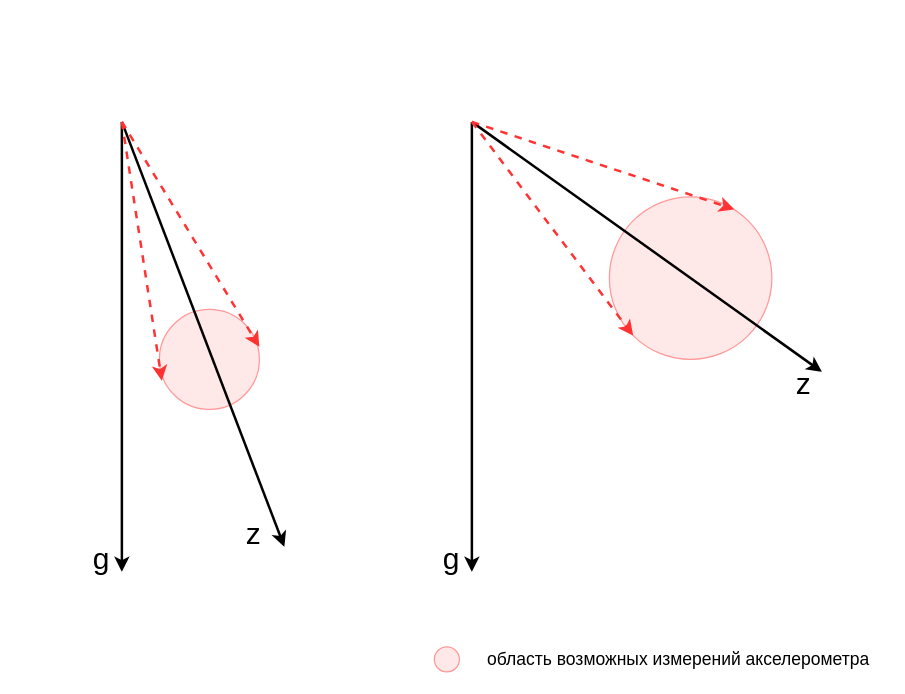
Before: Untitled Diagram.drawio in DaryaMalafeeva/mems-errors, a draw.io diagram. Source tidied: cells renumbered, new cells numbered last; positions are measured from the earlier drawing's top-left corner, leaving out a move shared by most shapes. Both pictures are drawn from the tidied source at 125%, with x=0, y=0 at pixel (71, 121).
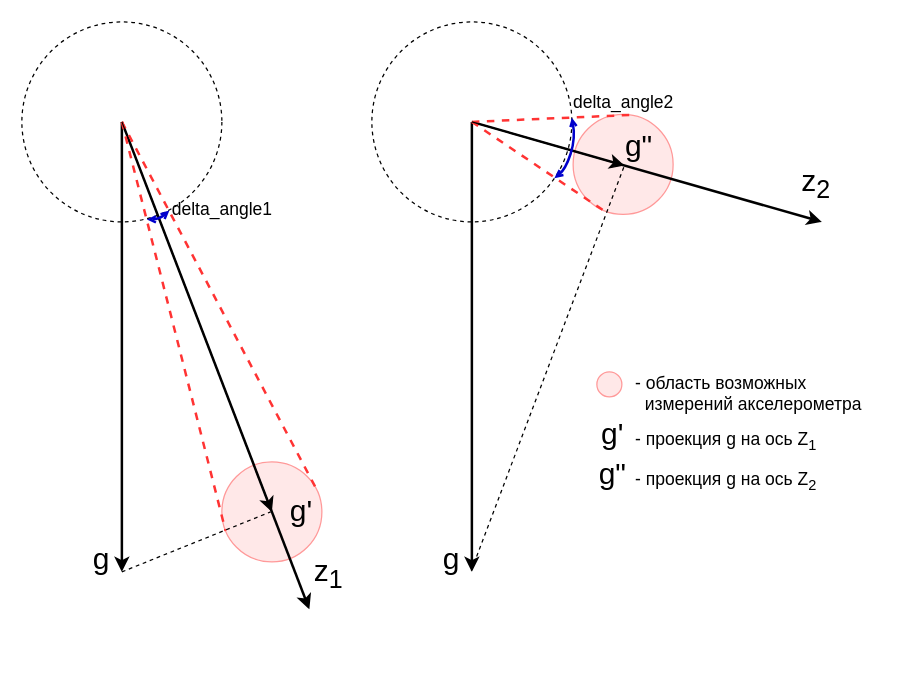
The same page after the edit.

Commit message:
Освежили и поправили файл диаграммы, поясняющий изменение величины ошибки при изменении угла

The change refers to these unchanged cells:
```xml
<mxCell id="14" value="&lt;font style=&quot;font-size: 24px&quot;&gt;&amp;nbsp;g&lt;/font&gt;" style="text;html=1;align=center;verticalAlign=middle;points=[];" parent="1" vertex="1">
  <mxGeometry x="280" y="340" width="40" height="20" as="geometry" />
</mxCell>
```

Change to the diagram source:
```diff
@@
+    <mxCell id="18" style="ellipse;whiteSpace=wrap;html=1;fillColor=none;dashed=1;" parent="1" vertex="1">
+      <mxGeometry x="240" y="-80" width="160" height="160" as="geometry" />
+    </mxCell>
+    <mxCell id="19" style="ellipse;whiteSpace=wrap;html=1;fillColor=none;dashed=1;" parent="1" vertex="1">
+      <mxGeometry x="-40" y="-80" width="160" height="160" as="geometry" />
+    </mxCell>
+    <mxCell id="20" style="ellipse;whiteSpace=wrap;html=1;fillColor=#FFE8E8;strokeColor=#FF9999;" parent="1" vertex="1">
+      <mxGeometry x="401" y="-6" width="80" height="80" as="geometry" />
+    </mxCell>
     <mxCell id="2" style="ellipse;whiteSpace=wrap;html=1;fillColor=#FFE8E8;strokeColor=#FF9999;" parent="1" vertex="1">
-      <mxGeometry x="70" y="150" width="80" height="80" as="geometry" />
+      <mxGeometry x="120" y="272" width="80" height="80" as="geometry" />
     </mxCell>
@@
     <mxCell id="4" style="endArrow=classic;html=1;strokeWidth=2;" parent="1" edge="1">
       <mxGeometry relative="1" as="geometry">
         <mxPoint x="40" as="sourcePoint" />
-        <mxPoint x="170" y="340" as="targetPoint" />
+        <mxPoint x="190" y="390" as="targetPoint" />
       </mxGeometry>
     </mxCell>
-    <mxCell id="5" style="endArrow=classic;html=1;strokeWidth=2;dashed=1;strokeColor=#FF3333;" parent="1" edge="1">
+    <mxCell id="5" style="endArrow=none;html=1;strokeWidth=2;dashed=1;strokeColor=#FF3333;entryX=0.95;entryY=0.28;entryDx=0;entryDy=0;entryPerimeter=0;endFill=0;" parent="1" edge="1" target="2">
       <mxGeometry relative="1" as="geometry">
         <mxPoint x="40" as="sourcePoint" />
-        <mxPoint x="150" y="180" as="targetPoint" />
       </mxGeometry>
     </mxCell>
-    <mxCell id="6" style="endArrow=classic;html=1;strokeWidth=2;dashed=1;strokeColor=#FF3333;entryX=0.025;entryY=0.713;entryDx=0;entryDy=0;entryPerimeter=0;" parent="1" edge="1" target="2">
+    <mxCell id="6" style="endArrow=none;html=1;strokeWidth=2;dashed=1;strokeColor=#FF3333;entryX=0.037;entryY=0.69;entryDx=0;entryDy=0;entryPerimeter=0;endFill=0;" parent="1" edge="1" target="2">
       <mxGeometry relative="1" as="geometry">
         <mxPoint x="40" as="sourcePoint" />
       </mxGeometry>
     </mxCell>
@@
-    <mxCell id="8" value="&lt;font style=&quot;font-size: 24px&quot;&gt;z&lt;/font&gt;" style="text;html=1;align=center;verticalAlign=middle;" parent="1" vertex="1">
-      <mxGeometry x="130" y="320" width="30" height="20" as="geometry" />
+    <mxCell id="8" value="&lt;font style=&quot;font-size: 24px&quot;&gt;z&lt;sub&gt;1&lt;/sub&gt;&lt;/font&gt;" style="text;html=1;align=center;verticalAlign=middle;" parent="1" vertex="1">
+      <mxGeometry x="185" y="347" width="40" height="30" as="geometry" />
     </mxCell>
-    <mxCell id="9" style="ellipse;whiteSpace=wrap;html=1;fillColor=#FFE8E8;strokeColor=#FF9999;" parent="1" vertex="1">
-      <mxGeometry x="430" y="60" width="130" height="130" as="geometry" />
-    </mxCell>
@@
     <mxCell id="11" style="endArrow=classic;html=1;strokeWidth=2;" parent="1" edge="1">
       <mxGeometry relative="1" as="geometry">
         <mxPoint x="320" as="sourcePoint" />
-        <mxPoint x="600" y="200" as="targetPoint" />
+        <mxPoint x="600" y="80" as="targetPoint" />
       </mxGeometry>
     </mxCell>
-    <mxCell id="12" style="endArrow=classic;html=1;strokeWidth=2;dashed=1;strokeColor=#FF3333;entryX=0;entryY=1;entryDx=0;entryDy=0;" parent="1" edge="1" target="9">
+    <mxCell id="12" style="endArrow=none;html=1;strokeWidth=2;dashed=1;strokeColor=#FF3333;endFill=0;entryX=0.331;entryY=0.979;entryDx=0;entryDy=0;entryPerimeter=0;" parent="1" edge="1" target="20">
       <mxGeometry relative="1" as="geometry">
         <mxPoint x="320" as="sourcePoint" />
       </mxGeometry>
     </mxCell>
-    <mxCell id="13" style="endArrow=classic;html=1;strokeWidth=2;dashed=1;strokeColor=#FF3333;" parent="1" edge="1">
+    <mxCell id="13" style="endArrow=none;html=1;strokeWidth=2;dashed=1;strokeColor=#FF3333;endFill=0;entryX=0.574;entryY=0.006;entryDx=0;entryDy=0;entryPerimeter=0;" parent="1" edge="1" target="20">
       <mxGeometry relative="1" as="geometry">
         <mxPoint x="320" as="sourcePoint" />
-        <mxPoint x="530" y="70" as="targetPoint" />
       </mxGeometry>
     </mxCell>
@@
-    <mxCell id="15" value="&lt;font style=&quot;font-size: 24px&quot;&gt;z&lt;/font&gt;" style="text;html=1;align=center;verticalAlign=middle;" parent="1" vertex="1">
-      <mxGeometry x="570" y="200" width="30" height="20" as="geometry" />
+    <mxCell id="15" value="&lt;font style=&quot;font-size: 24px&quot;&gt;z&lt;sub&gt;2&lt;/sub&gt;&lt;/font&gt;" style="text;html=1;align=center;verticalAlign=middle;" parent="1" vertex="1">
+      <mxGeometry x="575" y="35" width="40" height="30" as="geometry" />
     </mxCell>
-    <mxCell id="16" value="&lt;font style=&quot;font-size: 14px&quot;&gt;область возможных измерений акселерометра&lt;/font&gt;" style="text;html=1;align=center;verticalAlign=middle;" parent="1" vertex="1">
-      <mxGeometry x="320" y="420" width="330" height="20" as="geometry" />
+    <mxCell id="16" value="&lt;div align=&quot;left&quot;&gt;&lt;font style=&quot;font-size: 14px&quot;&gt;- область возможных &lt;br&gt;&lt;/font&gt;&lt;/div&gt;&lt;div align=&quot;left&quot;&gt;&lt;font style=&quot;font-size: 14px&quot;&gt;&amp;nbsp; измерений акселерометра&lt;/font&gt;&lt;/div&gt;" style="text;html=1;align=left;verticalAlign=middle;" parent="1" vertex="1">
+      <mxGeometry x="449" y="197" width="200" height="40" as="geometry" />
     </mxCell>
     <mxCell id="17" style="ellipse;whiteSpace=wrap;html=1;fillColor=#FFE8E8;strokeColor=#FF9999;" parent="1" vertex="1">
-      <mxGeometry x="290" y="420" width="20" height="20" as="geometry" />
+      <mxGeometry x="420" y="200" width="20" height="20" as="geometry" />
     </mxCell>
+    <mxCell id="21" style="endArrow=none;dashed=1;html=1;" parent="1" edge="1">
+      <mxGeometry relative="1" as="geometry">
+        <mxPoint x="40" y="360" as="sourcePoint" />
+        <mxPoint x="159" y="312" as="targetPoint" />
+      </mxGeometry>
+    </mxCell>
+    <mxCell id="22" style="endArrow=none;dashed=1;html=1;exitX=0.989;exitY=0.95;exitDx=0;exitDy=0;exitPerimeter=0;" parent="1" edge="1" source="14">
+      <mxGeometry relative="1" as="geometry">
+        <mxPoint x="442" y="35" as="targetPoint" />
+      </mxGeometry>
+    </mxCell>
+    <mxCell id="23" style="endArrow=classic;html=1;jumpSize=8;endSize=9;" parent="1" edge="1">
+      <mxGeometry relative="1" as="geometry">
+        <mxPoint x="40" as="sourcePoint" />
+        <mxPoint x="160" y="312" as="targetPoint" />
+      </mxGeometry>
+    </mxCell>
+    <mxCell id="24" value="&lt;font style=&quot;font-size: 24px&quot;&gt;&amp;nbsp;g'&lt;/font&gt;" style="text;html=1;align=center;verticalAlign=middle;" parent="1" vertex="1">
+      <mxGeometry x="160" y="302" width="40" height="20" as="geometry" />
+    </mxCell>
+    <mxCell id="25" value="&lt;font style=&quot;font-size: 24px&quot;&gt;&amp;nbsp;g&quot;&lt;/font&gt;" style="text;html=1;align=center;verticalAlign=middle;" parent="1" vertex="1">
+      <mxGeometry x="430" y="10" width="40" height="20" as="geometry" />
+    </mxCell>
+    <mxCell id="26" style="endArrow=classic;html=1;strokeWidth=1;endSize=9;" parent="1" edge="1">
+      <mxGeometry relative="1" as="geometry">
+        <mxPoint x="320" as="sourcePoint" />
+        <mxPoint x="442" y="35" as="targetPoint" />
+      </mxGeometry>
+    </mxCell>
+    <mxCell id="27" style="curved=1;endArrow=open;html=1;endFill=0;startArrow=open;startFill=0;endSize=3;startSize=3;strokeColor=#0000CC;strokeWidth=2;" parent="1" edge="1">
+      <mxGeometry relative="1" as="geometry">
+        <mxPoint x="60" y="78" as="sourcePoint" />
+        <mxPoint x="78" y="71" as="targetPoint" />
+        <Array as="points">
+          <mxPoint x="70" y="78" />
+        </Array>
+      </mxGeometry>
+    </mxCell>
+    <mxCell id="28" style="curved=1;endArrow=open;html=1;endFill=0;startArrow=open;startFill=0;endSize=3;startSize=3;strokeColor=#0000CC;entryX=1;entryY=0.479;entryDx=0;entryDy=0;entryPerimeter=0;strokeWidth=2;" parent="1" edge="1" target="18">
+      <mxGeometry relative="1" as="geometry">
+        <mxPoint x="386" y="45" as="sourcePoint" />
+        <Array as="points">
+          <mxPoint x="395" y="38" />
+          <mxPoint x="403" y="13" />
+        </Array>
+      </mxGeometry>
+    </mxCell>
+    <mxCell id="29" value="&lt;font style=&quot;font-size: 14px&quot;&gt;delta_angle1&lt;/font&gt;" style="text;html=1;align=center;verticalAlign=middle;" parent="1" vertex="1">
+      <mxGeometry x="70" y="60" width="100" height="20" as="geometry" />
+    </mxCell>
+    <mxCell id="30" value="&lt;font style=&quot;font-size: 14px&quot;&gt;delta_angle2&lt;/font&gt;" style="text;html=1;align=center;verticalAlign=middle;" parent="1" vertex="1">
+      <mxGeometry x="391" y="-26" width="100" height="20" as="geometry" />
+    </mxCell>
+    <mxCell id="31" value="&lt;font style=&quot;font-size: 24px&quot;&gt;&amp;nbsp;g'&lt;/font&gt;" style="text;html=1;align=center;verticalAlign=middle;" parent="1" vertex="1">
+      <mxGeometry x="409" y="240" width="40" height="20" as="geometry" />
+    </mxCell>
+    <mxCell id="32" value="&lt;div align=&quot;left&quot;&gt;&lt;font style=&quot;font-size: 14px&quot;&gt;- проекция g на ось Z&lt;sub&gt;1&lt;/sub&gt;&lt;br&gt;&lt;/font&gt;&lt;/div&gt;" style="text;html=1;align=left;verticalAlign=middle;" parent="1" vertex="1">
+      <mxGeometry x="449" y="245" width="170" height="20" as="geometry" />
+    </mxCell>
+    <mxCell id="33" value="&lt;font style=&quot;font-size: 24px&quot;&gt;&amp;nbsp;g&quot;&lt;/font&gt;" style="text;html=1;align=center;verticalAlign=middle;" parent="1" vertex="1">
+      <mxGeometry x="409" y="272" width="40" height="20" as="geometry" />
+    </mxCell>
+    <mxCell id="34" value="&lt;div align=&quot;left&quot;&gt;&lt;font style=&quot;font-size: 14px&quot;&gt;- проекция g на ось Z&lt;sub&gt;2&lt;/sub&gt;&lt;br&gt;&lt;/font&gt;&lt;/div&gt;" style="text;html=1;align=left;verticalAlign=middle;" parent="1" vertex="1">
+      <mxGeometry x="449" y="277" width="170" height="20" as="geometry" />
+    </mxCell>
```
